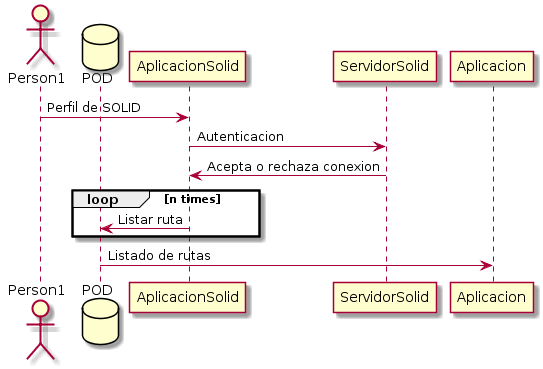
Above: src/docs/images/ListadoRutas.png in Arquisoft/viade_es4a (PlantUML), before the change. The source it was exported from:
```plantuml
@startuml
actor Person1
database POD

Person1 -> AplicacionSolid:Perfil de SOLID

AplicacionSolid -> ServidorSolid: Autenticacion

ServidorSolid -> AplicacionSolid: Acepta o rechaza conexion


loop n times
AplicacionSolid -> POD: Listar ruta
end

POD -> Aplicacion : Listado de rutas
@enduml
```
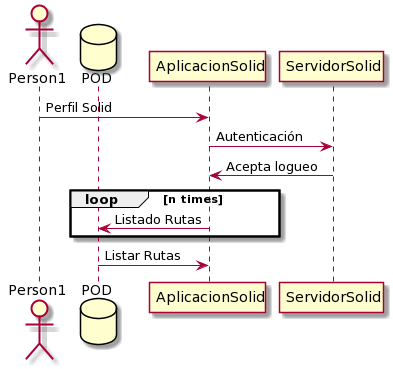
Above is the later version.

Diff of the diagram source:
```diff
@@ -2,16 +2,15 @@
 actor Person1
 database POD
 
-Person1 -> AplicacionSolid:Perfil de SOLID
+Person1->AplicacionSolid : Perfil Solid
 
-AplicacionSolid -> ServidorSolid: Autenticacion
+AplicacionSolid->ServidorSolid : Autenticación
 
-ServidorSolid -> AplicacionSolid: Acepta o rechaza conexion
-
+ServidorSolid->AplicacionSolid : Acepta logueo
 
 loop n times
-AplicacionSolid -> POD: Listar ruta
+    AplicacionSolid->POD : Listado Rutas
 end
 
-POD -> Aplicacion : Listado de rutas
+POD->AplicacionSolid : Listar Rutas
 @enduml
```
